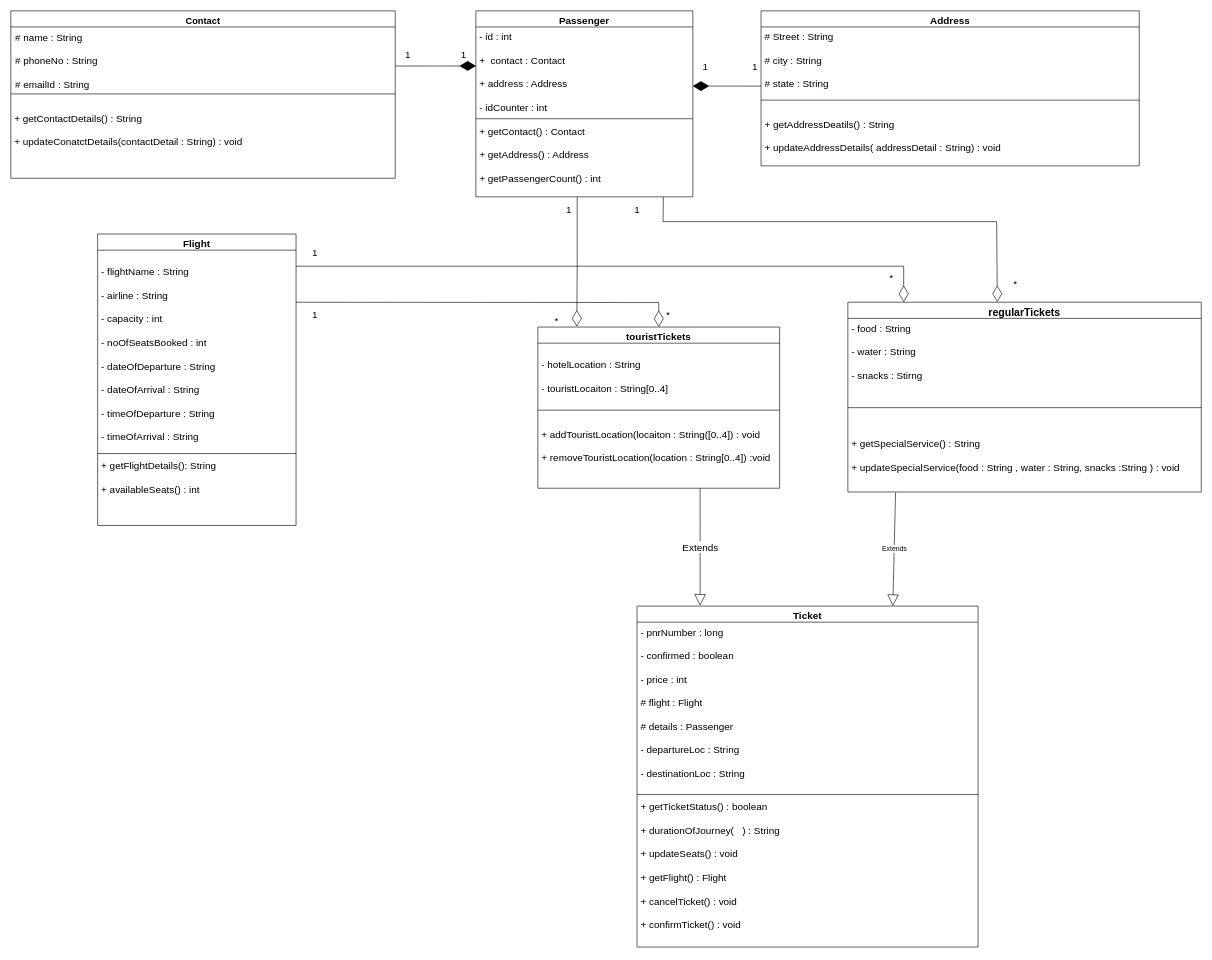
Before: UML/class diagram.drawio in abdulashfaq/FRS, a draw.io diagram. Source tidied: cells renumbered, new cells numbered last; positions are measured from the earlier drawing's top-left corner, leaving out a move shared by most shapes. Both pictures are drawn from the tidied source at 62%, with x=0, y=0 at pixel (11, 11).
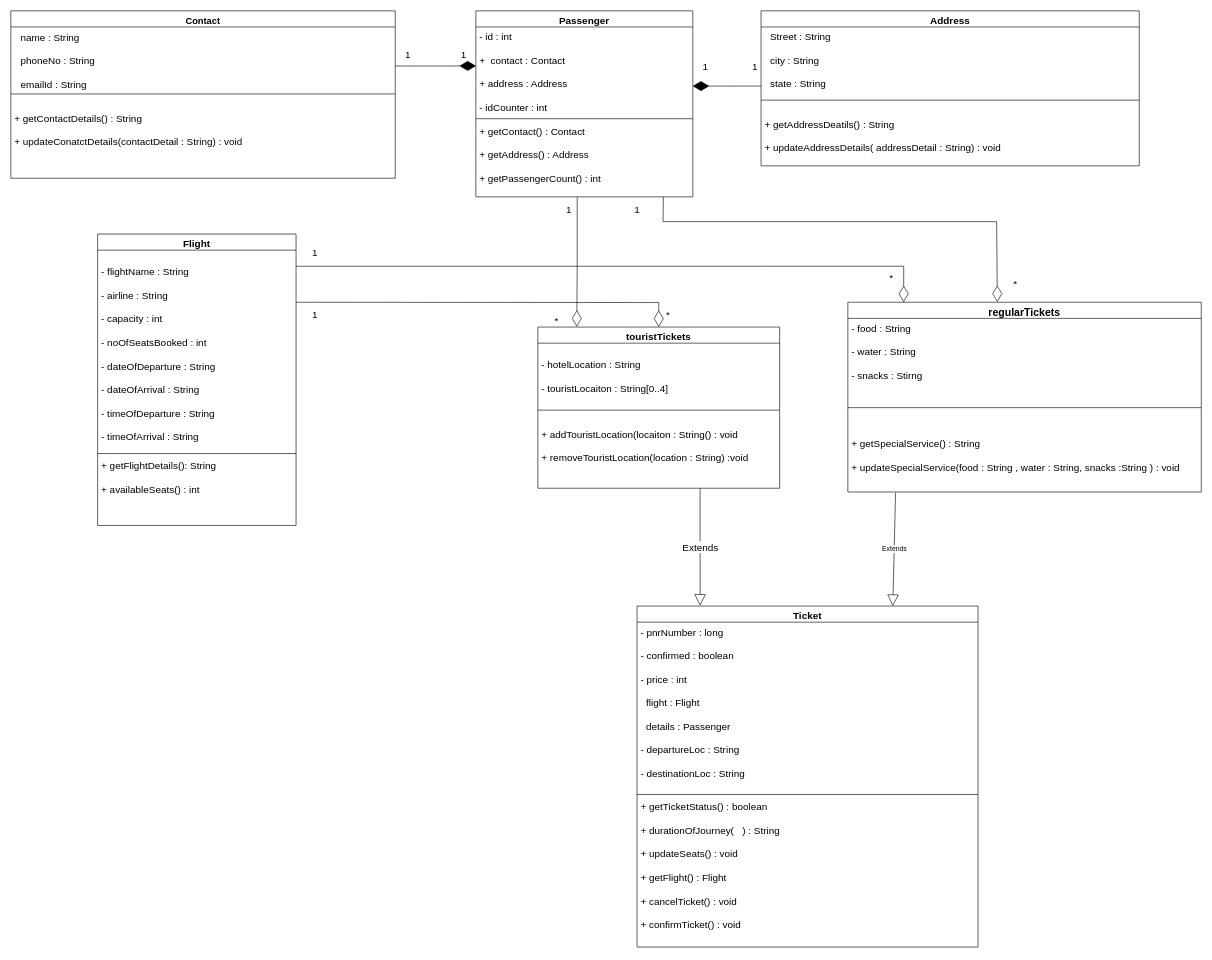
The same page after the edit.

Unchanged cells that the change refers to:
```xml
<mxCell id="2" value="Contact" style="swimlane;fontStyle=1;align=center;verticalAlign=top;horizontal=1;startSize=26;fontSize=15;" parent="1" vertex="1">
  <mxGeometry width="620" height="270" as="geometry" />
</mxCell>
<mxCell id="6" value="Address" style="swimlane;fontStyle=1;align=center;verticalAlign=top;horizontal=1;startSize=26;fontSize=16;" parent="1" vertex="1">
  <mxGeometry x="1210" width="610" height="250" as="geometry" />
</mxCell>
<mxCell id="14" value="touristTickets" style="swimlane;fontStyle=1;align=center;verticalAlign=top;horizontal=1;startSize=26;fontSize=16;" parent="1" vertex="1">
  <mxGeometry x="850" y="510" width="390" height="260" as="geometry" />
</mxCell>
<mxCell id="22" value="Ticket" style="swimlane;fontStyle=1;align=center;verticalAlign=top;horizontal=1;startSize=26;fontSize=16;" parent="1" vertex="1">
  <mxGeometry x="1010" y="960" width="550" height="550" as="geometry" />
</mxCell>
```

Diff of the diagram source:
```diff
@@
-    <mxCell id="3" value="# name : String&#10;&#10;# phoneNo : String&#10;&#10;# emailId : String" style="text;strokeColor=none;fillColor=none;align=left;verticalAlign=top;spacingLeft=4;spacingRight=4;overflow=hidden;points=[[0,0.5],[1,0.5]];portConstraint=eastwest;spacing=3;fontSize=16;" parent="2" vertex="1">
+    <mxCell id="3" value="  name : String&#10;&#10;  phoneNo : String&#10;&#10;  emailId : String" style="text;strokeColor=none;fillColor=none;align=left;verticalAlign=top;spacingLeft=4;spacingRight=4;overflow=hidden;points=[[0,0.5],[1,0.5]];portConstraint=eastwest;spacing=3;fontSize=16;" parent="2" vertex="1">
       <mxGeometry y="26" width="620" height="104" as="geometry" />
     </mxCell>
@@
-    <mxCell id="7" value="# Street : String&#10;&#10;# city : String&#10;&#10;# state : String" style="text;strokeColor=none;fillColor=none;align=left;verticalAlign=top;spacingLeft=4;spacingRight=4;overflow=hidden;points=[[0,0.5],[1,0.5]];portConstraint=eastwest;fontSize=16;" parent="6" vertex="1">
+    <mxCell id="7" value="  Street : String&#10;&#10;  city : String&#10;&#10;  state : String" style="text;strokeColor=none;fillColor=none;align=left;verticalAlign=top;spacingLeft=4;spacingRight=4;overflow=hidden;points=[[0,0.5],[1,0.5]];portConstraint=eastwest;fontSize=16;" parent="6" vertex="1">
       <mxGeometry y="26" width="610" height="114" as="geometry" />
     </mxCell>
@@
-    <mxCell id="17" value="&#10;+ addTouristLocation(locaiton : String([0..4]) : void &#10;&#10;+ removeTouristLocation(location : String[0..4]) :void" style="text;strokeColor=none;fillColor=none;align=left;verticalAlign=top;spacingLeft=4;spacingRight=4;overflow=hidden;points=[[0,0.5],[1,0.5]];portConstraint=eastwest;fontSize=16;" parent="14" vertex="1">
+    <mxCell id="17" value="&#10;+ addTouristLocation(locaiton : String() : void &#10;&#10;+ removeTouristLocation(location : String) :void" style="text;strokeColor=none;fillColor=none;align=left;verticalAlign=top;spacingLeft=4;spacingRight=4;overflow=hidden;points=[[0,0.5],[1,0.5]];portConstraint=eastwest;fontSize=16;" parent="14" vertex="1">
       <mxGeometry y="138" width="390" height="122" as="geometry" />
     </mxCell>
@@
-    <mxCell id="23" value="- pnrNumber : long&#10;&#10;- confirmed : boolean&#10;&#10;- price : int&#10;&#10;# flight : Flight &#10;&#10;# details : Passenger &#10;&#10;- departureLoc : String&#10;&#10;- destinationLoc : String" style="text;strokeColor=none;fillColor=none;align=left;verticalAlign=top;spacingLeft=4;spacingRight=4;overflow=hidden;fontSize=16;" parent="22" vertex="1">
+    <mxCell id="23" value="- pnrNumber : long&#10;&#10;- confirmed : boolean&#10;&#10;- price : int&#10;&#10;  flight : Flight &#10;&#10;  details : Passenger &#10;&#10;- departureLoc : String&#10;&#10;- destinationLoc : String" style="text;strokeColor=none;fillColor=none;align=left;verticalAlign=top;spacingLeft=4;spacingRight=4;overflow=hidden;fontSize=16;" parent="22" vertex="1">
       <mxGeometry y="26" width="550" height="274" as="geometry" />
     </mxCell>
```
